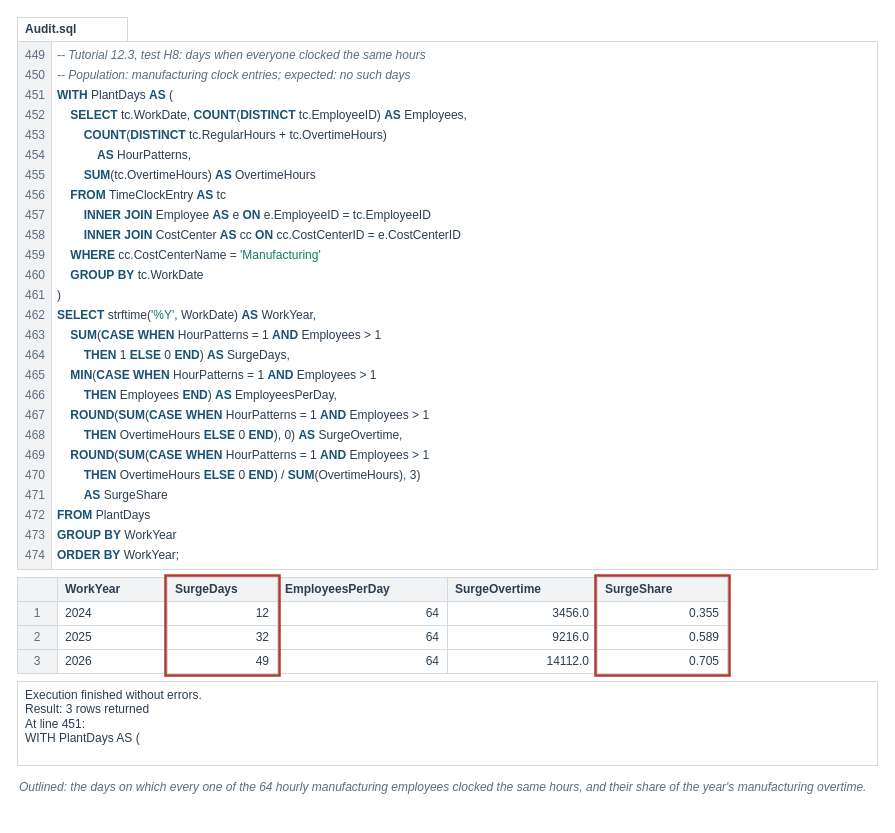
Earlier version of the draw.io diagram visuals/src/fig-12-08-surge-days.drawio (mmcodesso/Accounting_Analytics_Book). Source tidied: cells renumbered, new cells numbered last; positions are measured from the earlier drawing's top-left corner, leaving out a move shared by most shapes. Both pictures are drawn from the tidied source at 100%, with x=0, y=0 at pixel (17, 17).
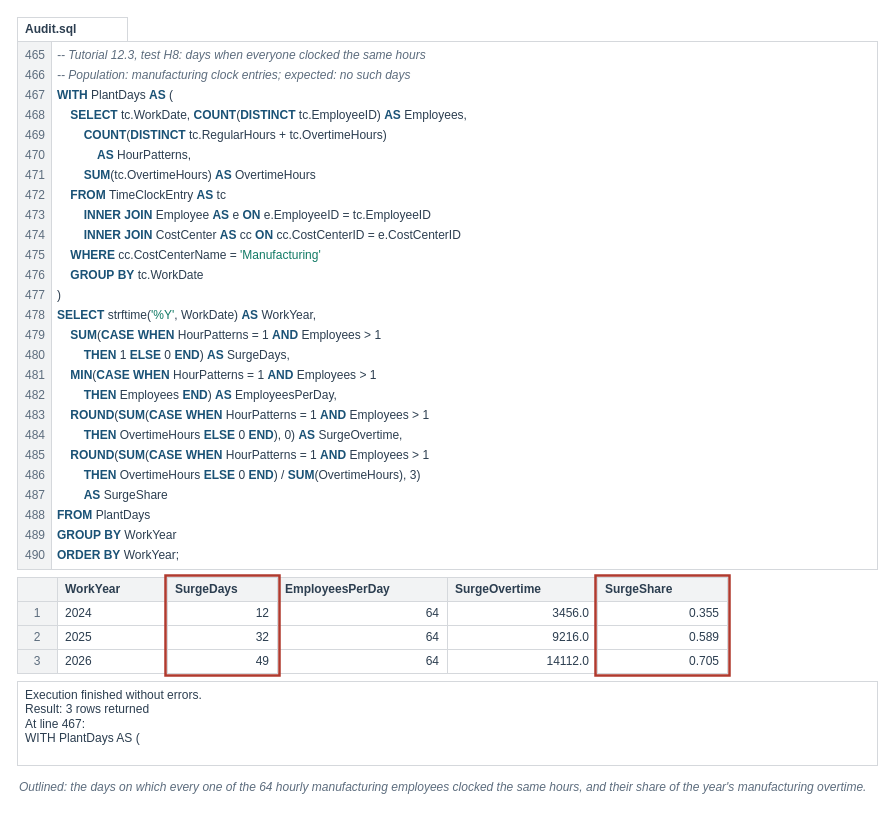
The same page after the edit.

Diff of the diagram source:
```diff
@@
-    <mxCell id="6" value="449" style="text;html=1;whiteSpace=wrap;align=right;verticalAlign=middle;fontSize=12;fontColor=#5D6D7E;fontStyle=0;fontFamily=Helvetica;spacing=2;fillColor=none;strokeColor=none;" parent="1" vertex="1">
+    <mxCell id="6" value="465" style="text;html=1;whiteSpace=wrap;align=right;verticalAlign=middle;fontSize=12;fontColor=#5D6D7E;fontStyle=0;fontFamily=Helvetica;spacing=2;fillColor=none;strokeColor=none;" parent="1" vertex="1">
       <mxGeometry y="28" width="30" height="20" as="geometry" />
     </mxCell>
@@
-    <mxCell id="8" value="450" style="text;html=1;whiteSpace=wrap;align=right;verticalAlign=middle;fontSize=12;fontColor=#5D6D7E;fontStyle=0;fontFamily=Helvetica;spacing=2;fillColor=none;strokeColor=none;" parent="1" vertex="1">
+    <mxCell id="8" value="466" style="text;html=1;whiteSpace=wrap;align=right;verticalAlign=middle;fontSize=12;fontColor=#5D6D7E;fontStyle=0;fontFamily=Helvetica;spacing=2;fillColor=none;strokeColor=none;" parent="1" vertex="1">
       <mxGeometry y="48" width="30" height="20" as="geometry" />
     </mxCell>
@@
-    <mxCell id="10" value="451" style="text;html=1;whiteSpace=wrap;align=right;verticalAlign=middle;fontSize=12;fontColor=#5D6D7E;fontStyle=0;fontFamily=Helvetica;spacing=2;fillColor=none;strokeColor=none;" parent="1" vertex="1">
+    <mxCell id="10" value="467" style="text;html=1;whiteSpace=wrap;align=right;verticalAlign=middle;fontSize=12;fontColor=#5D6D7E;fontStyle=0;fontFamily=Helvetica;spacing=2;fillColor=none;strokeColor=none;" parent="1" vertex="1">
       <mxGeometry y="68" width="30" height="20" as="geometry" />
     </mxCell>
@@
-    <mxCell id="12" value="452" style="text;html=1;whiteSpace=wrap;align=right;verticalAlign=middle;fontSize=12;fontColor=#5D6D7E;fontStyle=0;fontFamily=Helvetica;spacing=2;fillColor=none;strokeColor=none;" parent="1" vertex="1">
+    <mxCell id="12" value="468" style="text;html=1;whiteSpace=wrap;align=right;verticalAlign=middle;fontSize=12;fontColor=#5D6D7E;fontStyle=0;fontFamily=Helvetica;spacing=2;fillColor=none;strokeColor=none;" parent="1" vertex="1">
       <mxGeometry y="88" width="30" height="20" as="geometry" />
     </mxCell>
@@
-    <mxCell id="14" value="453" style="text;html=1;whiteSpace=wrap;align=right;verticalAlign=middle;fontSize=12;fontColor=#5D6D7E;fontStyle=0;fontFamily=Helvetica;spacing=2;fillColor=none;strokeColor=none;" parent="1" vertex="1">
+    <mxCell id="14" value="469" style="text;html=1;whiteSpace=wrap;align=right;verticalAlign=middle;fontSize=12;fontColor=#5D6D7E;fontStyle=0;fontFamily=Helvetica;spacing=2;fillColor=none;strokeColor=none;" parent="1" vertex="1">
       <mxGeometry y="108" width="30" height="20" as="geometry" />
     </mxCell>
@@
-    <mxCell id="16" value="454" style="text;html=1;whiteSpace=wrap;align=right;verticalAlign=middle;fontSize=12;fontColor=#5D6D7E;fontStyle=0;fontFamily=Helvetica;spacing=2;fillColor=none;strokeColor=none;" parent="1" vertex="1">
+    <mxCell id="16" value="470" style="text;html=1;whiteSpace=wrap;align=right;verticalAlign=middle;fontSize=12;fontColor=#5D6D7E;fontStyle=0;fontFamily=Helvetica;spacing=2;fillColor=none;strokeColor=none;" parent="1" vertex="1">
       <mxGeometry y="128" width="30" height="20" as="geometry" />
     </mxCell>
@@
-    <mxCell id="18" value="455" style="text;html=1;whiteSpace=wrap;align=right;verticalAlign=middle;fontSize=12;fontColor=#5D6D7E;fontStyle=0;fontFamily=Helvetica;spacing=2;fillColor=none;strokeColor=none;" parent="1" vertex="1">
+    <mxCell id="18" value="471" style="text;html=1;whiteSpace=wrap;align=right;verticalAlign=middle;fontSize=12;fontColor=#5D6D7E;fontStyle=0;fontFamily=Helvetica;spacing=2;fillColor=none;strokeColor=none;" parent="1" vertex="1">
       <mxGeometry y="148" width="30" height="20" as="geometry" />
     </mxCell>
@@
-    <mxCell id="20" value="456" style="text;html=1;whiteSpace=wrap;align=right;verticalAlign=middle;fontSize=12;fontColor=#5D6D7E;fontStyle=0;fontFamily=Helvetica;spacing=2;fillColor=none;strokeColor=none;" parent="1" vertex="1">
+    <mxCell id="20" value="472" style="text;html=1;whiteSpace=wrap;align=right;verticalAlign=middle;fontSize=12;fontColor=#5D6D7E;fontStyle=0;fontFamily=Helvetica;spacing=2;fillColor=none;strokeColor=none;" parent="1" vertex="1">
       <mxGeometry y="168" width="30" height="20" as="geometry" />
     </mxCell>
@@
-    <mxCell id="22" value="457" style="text;html=1;whiteSpace=wrap;align=right;verticalAlign=middle;fontSize=12;fontColor=#5D6D7E;fontStyle=0;fontFamily=Helvetica;spacing=2;fillColor=none;strokeColor=none;" parent="1" vertex="1">
+    <mxCell id="22" value="473" style="text;html=1;whiteSpace=wrap;align=right;verticalAlign=middle;fontSize=12;fontColor=#5D6D7E;fontStyle=0;fontFamily=Helvetica;spacing=2;fillColor=none;strokeColor=none;" parent="1" vertex="1">
       <mxGeometry y="188" width="30" height="20" as="geometry" />
     </mxCell>
@@
-    <mxCell id="24" value="458" style="text;html=1;whiteSpace=wrap;align=right;verticalAlign=middle;fontSize=12;fontColor=#5D6D7E;fontStyle=0;fontFamily=Helvetica;spacing=2;fillColor=none;strokeColor=none;" parent="1" vertex="1">
+    <mxCell id="24" value="474" style="text;html=1;whiteSpace=wrap;align=right;verticalAlign=middle;fontSize=12;fontColor=#5D6D7E;fontStyle=0;fontFamily=Helvetica;spacing=2;fillColor=none;strokeColor=none;" parent="1" vertex="1">
       <mxGeometry y="208" width="30" height="20" as="geometry" />
     </mxCell>
@@
-    <mxCell id="26" value="459" style="text;html=1;whiteSpace=wrap;align=right;verticalAlign=middle;fontSize=12;fontColor=#5D6D7E;fontStyle=0;fontFamily=Helvetica;spacing=2;fillColor=none;strokeColor=none;" parent="1" vertex="1">
+    <mxCell id="26" value="475" style="text;html=1;whiteSpace=wrap;align=right;verticalAlign=middle;fontSize=12;fontColor=#5D6D7E;fontStyle=0;fontFamily=Helvetica;spacing=2;fillColor=none;strokeColor=none;" parent="1" vertex="1">
       <mxGeometry y="228" width="30" height="20" as="geometry" />
     </mxCell>
@@
-    <mxCell id="28" value="460" style="text;html=1;whiteSpace=wrap;align=right;verticalAlign=middle;fontSize=12;fontColor=#5D6D7E;fontStyle=0;fontFamily=Helvetica;spacing=2;fillColor=none;strokeColor=none;" parent="1" vertex="1">
+    <mxCell id="28" value="476" style="text;html=1;whiteSpace=wrap;align=right;verticalAlign=middle;fontSize=12;fontColor=#5D6D7E;fontStyle=0;fontFamily=Helvetica;spacing=2;fillColor=none;strokeColor=none;" parent="1" vertex="1">
       <mxGeometry y="248" width="30" height="20" as="geometry" />
     </mxCell>
@@
-    <mxCell id="30" value="461" style="text;html=1;whiteSpace=wrap;align=right;verticalAlign=middle;fontSize=12;fontColor=#5D6D7E;fontStyle=0;fontFamily=Helvetica;spacing=2;fillColor=none;strokeColor=none;" parent="1" vertex="1">
+    <mxCell id="30" value="477" style="text;html=1;whiteSpace=wrap;align=right;verticalAlign=middle;fontSize=12;fontColor=#5D6D7E;fontStyle=0;fontFamily=Helvetica;spacing=2;fillColor=none;strokeColor=none;" parent="1" vertex="1">
       <mxGeometry y="268" width="30" height="20" as="geometry" />
     </mxCell>
@@
-    <mxCell id="32" value="462" style="text;html=1;whiteSpace=wrap;align=right;verticalAlign=middle;fontSize=12;fontColor=#5D6D7E;fontStyle=0;fontFamily=Helvetica;spacing=2;fillColor=none;strokeColor=none;" parent="1" vertex="1">
+    <mxCell id="32" value="478" style="text;html=1;whiteSpace=wrap;align=right;verticalAlign=middle;fontSize=12;fontColor=#5D6D7E;fontStyle=0;fontFamily=Helvetica;spacing=2;fillColor=none;strokeColor=none;" parent="1" vertex="1">
       <mxGeometry y="288" width="30" height="20" as="geometry" />
     </mxCell>
@@
-    <mxCell id="34" value="463" style="text;html=1;whiteSpace=wrap;align=right;verticalAlign=middle;fontSize=12;fontColor=#5D6D7E;fontStyle=0;fontFamily=Helvetica;spacing=2;fillColor=none;strokeColor=none;" parent="1" vertex="1">
+    <mxCell id="34" value="479" style="text;html=1;whiteSpace=wrap;align=right;verticalAlign=middle;fontSize=12;fontColor=#5D6D7E;fontStyle=0;fontFamily=Helvetica;spacing=2;fillColor=none;strokeColor=none;" parent="1" vertex="1">
       <mxGeometry y="308" width="30" height="20" as="geometry" />
     </mxCell>
@@
-    <mxCell id="36" value="464" style="text;html=1;whiteSpace=wrap;align=right;verticalAlign=middle;fontSize=12;fontColor=#5D6D7E;fontStyle=0;fontFamily=Helvetica;spacing=2;fillColor=none;strokeColor=none;" parent="1" vertex="1">
+    <mxCell id="36" value="480" style="text;html=1;whiteSpace=wrap;align=right;verticalAlign=middle;fontSize=12;fontColor=#5D6D7E;fontStyle=0;fontFamily=Helvetica;spacing=2;fillColor=none;strokeColor=none;" parent="1" vertex="1">
       <mxGeometry y="328" width="30" height="20" as="geometry" />
     </mxCell>
@@
-    <mxCell id="38" value="465" style="text;html=1;whiteSpace=wrap;align=right;verticalAlign=middle;fontSize=12;fontColor=#5D6D7E;fontStyle=0;fontFamily=Helvetica;spacing=2;fillColor=none;strokeColor=none;" parent="1" vertex="1">
+    <mxCell id="38" value="481" style="text;html=1;whiteSpace=wrap;align=right;verticalAlign=middle;fontSize=12;fontColor=#5D6D7E;fontStyle=0;fontFamily=Helvetica;spacing=2;fillColor=none;strokeColor=none;" parent="1" vertex="1">
       <mxGeometry y="348" width="30" height="20" as="geometry" />
     </mxCell>
@@
-    <mxCell id="40" value="466" style="text;html=1;whiteSpace=wrap;align=right;verticalAlign=middle;fontSize=12;fontColor=#5D6D7E;fontStyle=0;fontFamily=Helvetica;spacing=2;fillColor=none;strokeColor=none;" parent="1" vertex="1">
+    <mxCell id="40" value="482" style="text;html=1;whiteSpace=wrap;align=right;verticalAlign=middle;fontSize=12;fontColor=#5D6D7E;fontStyle=0;fontFamily=Helvetica;spacing=2;fillColor=none;strokeColor=none;" parent="1" vertex="1">
       <mxGeometry y="368" width="30" height="20" as="geometry" />
     </mxCell>
@@
-    <mxCell id="42" value="467" style="text;html=1;whiteSpace=wrap;align=right;verticalAlign=middle;fontSize=12;fontColor=#5D6D7E;fontStyle=0;fontFamily=Helvetica;spacing=2;fillColor=none;strokeColor=none;" parent="1" vertex="1">
+    <mxCell id="42" value="483" style="text;html=1;whiteSpace=wrap;align=right;verticalAlign=middle;fontSize=12;fontColor=#5D6D7E;fontStyle=0;fontFamily=Helvetica;spacing=2;fillColor=none;strokeColor=none;" parent="1" vertex="1">
       <mxGeometry y="388" width="30" height="20" as="geometry" />
     </mxCell>
@@
-    <mxCell id="44" value="468" style="text;html=1;whiteSpace=wrap;align=right;verticalAlign=middle;fontSize=12;fontColor=#5D6D7E;fontStyle=0;fontFamily=Helvetica;spacing=2;fillColor=none;strokeColor=none;" parent="1" vertex="1">
+    <mxCell id="44" value="484" style="text;html=1;whiteSpace=wrap;align=right;verticalAlign=middle;fontSize=12;fontColor=#5D6D7E;fontStyle=0;fontFamily=Helvetica;spacing=2;fillColor=none;strokeColor=none;" parent="1" vertex="1">
       <mxGeometry y="408" width="30" height="20" as="geometry" />
     </mxCell>
@@
-    <mxCell id="46" value="469" style="text;html=1;whiteSpace=wrap;align=right;verticalAlign=middle;fontSize=12;fontColor=#5D6D7E;fontStyle=0;fontFamily=Helvetica;spacing=2;fillColor=none;strokeColor=none;" parent="1" vertex="1">
+    <mxCell id="46" value="485" style="text;html=1;whiteSpace=wrap;align=right;verticalAlign=middle;fontSize=12;fontColor=#5D6D7E;fontStyle=0;fontFamily=Helvetica;spacing=2;fillColor=none;strokeColor=none;" parent="1" vertex="1">
       <mxGeometry y="428" width="30" height="20" as="geometry" />
     </mxCell>
@@
-    <mxCell id="48" value="470" style="text;html=1;whiteSpace=wrap;align=right;verticalAlign=middle;fontSize=12;fontColor=#5D6D7E;fontStyle=0;fontFamily=Helvetica;spacing=2;fillColor=none;strokeColor=none;" parent="1" vertex="1">
+    <mxCell id="48" value="486" style="text;html=1;whiteSpace=wrap;align=right;verticalAlign=middle;fontSize=12;fontColor=#5D6D7E;fontStyle=0;fontFamily=Helvetica;spacing=2;fillColor=none;strokeColor=none;" parent="1" vertex="1">
       <mxGeometry y="448" width="30" height="20" as="geometry" />
     </mxCell>
@@
-    <mxCell id="50" value="471" style="text;html=1;whiteSpace=wrap;align=right;verticalAlign=middle;fontSize=12;fontColor=#5D6D7E;fontStyle=0;fontFamily=Helvetica;spacing=2;fillColor=none;strokeColor=none;" parent="1" vertex="1">
+    <mxCell id="50" value="487" style="text;html=1;whiteSpace=wrap;align=right;verticalAlign=middle;fontSize=12;fontColor=#5D6D7E;fontStyle=0;fontFamily=Helvetica;spacing=2;fillColor=none;strokeColor=none;" parent="1" vertex="1">
       <mxGeometry y="468" width="30" height="20" as="geometry" />
     </mxCell>
@@
-    <mxCell id="52" value="472" style="text;html=1;whiteSpace=wrap;align=right;verticalAlign=middle;fontSize=12;fontColor=#5D6D7E;fontStyle=0;fontFamily=Helvetica;spacing=2;fillColor=none;strokeColor=none;" parent="1" vertex="1">
+    <mxCell id="52" value="488" style="text;html=1;whiteSpace=wrap;align=right;verticalAlign=middle;fontSize=12;fontColor=#5D6D7E;fontStyle=0;fontFamily=Helvetica;spacing=2;fillColor=none;strokeColor=none;" parent="1" vertex="1">
       <mxGeometry y="488" width="30" height="20" as="geometry" />
     </mxCell>
@@
-    <mxCell id="54" value="473" style="text;html=1;whiteSpace=wrap;align=right;verticalAlign=middle;fontSize=12;fontColor=#5D6D7E;fontStyle=0;fontFamily=Helvetica;spacing=2;fillColor=none;strokeColor=none;" parent="1" vertex="1">
+    <mxCell id="54" value="489" style="text;html=1;whiteSpace=wrap;align=right;verticalAlign=middle;fontSize=12;fontColor=#5D6D7E;fontStyle=0;fontFamily=Helvetica;spacing=2;fillColor=none;strokeColor=none;" parent="1" vertex="1">
       <mxGeometry y="508" width="30" height="20" as="geometry" />
     </mxCell>
@@
-    <mxCell id="56" value="474" style="text;html=1;whiteSpace=wrap;align=right;verticalAlign=middle;fontSize=12;fontColor=#5D6D7E;fontStyle=0;fontFamily=Helvetica;spacing=2;fillColor=none;strokeColor=none;" parent="1" vertex="1">
+    <mxCell id="56" value="490" style="text;html=1;whiteSpace=wrap;align=right;verticalAlign=middle;fontSize=12;fontColor=#5D6D7E;fontStyle=0;fontFamily=Helvetica;spacing=2;fillColor=none;strokeColor=none;" parent="1" vertex="1">
       <mxGeometry y="528" width="30" height="20" as="geometry" />
     </mxCell>
@@
-    <mxCell id="82" value="Execution finished without errors.&lt;br&gt;Result: 3 rows returned&lt;br&gt;At line 451:&lt;br&gt;WITH PlantDays AS (" style="rounded=0;arcSize=6;whiteSpace=wrap;html=1;fillColor=#FFFFFF;strokeColor=#D5D8DC;strokeWidth=1;fontColor=#2C3E50;fontSize=12;fontStyle=0;align=left;verticalAlign=top;fontFamily=Helvetica;spacingLeft=6;spacingRight=6;" parent="1" vertex="1">
+    <mxCell id="82" value="Execution finished without errors.&lt;br&gt;Result: 3 rows returned&lt;br&gt;At line 467:&lt;br&gt;WITH PlantDays AS (" style="rounded=0;arcSize=6;whiteSpace=wrap;html=1;fillColor=#FFFFFF;strokeColor=#D5D8DC;strokeWidth=1;fontColor=#2C3E50;fontSize=12;fontStyle=0;align=left;verticalAlign=top;fontFamily=Helvetica;spacingLeft=6;spacingRight=6;" parent="1" vertex="1">
       <mxGeometry y="664" width="860" height="84" as="geometry" />
     </mxCell>
```
